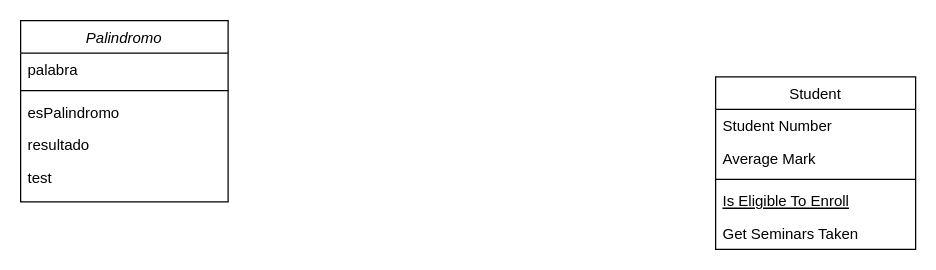
Alfonso18Feb/Classes-POO.Ind1 keeps this draw.io diagram as Palindromo.drawio. Above is the earlier version. Source tidied: cells renumbered, new cells numbered last; positions are measured from the earlier drawing's top-left corner, leaving out a move shared by most shapes. Both pictures are drawn from the tidied source at 125%, with x=0, y=0 at pixel (20, 20).
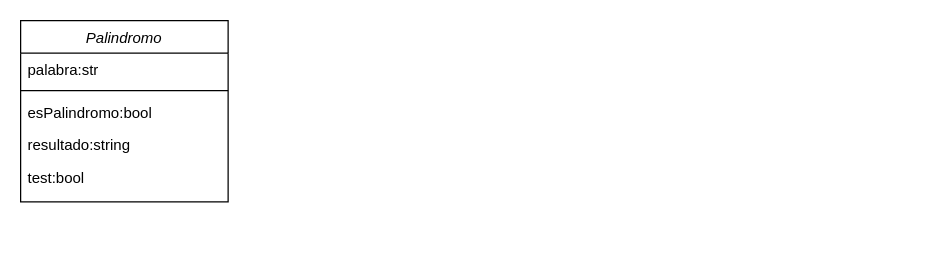
Above is the later version.

Change to the diagram source:
```diff
@@
 <mxGraphModel>
   <root>
     <mxCell id="0" />
     <mxCell id="1" parent="0" />
     <mxCell id="2" value="Palindromo" style="swimlane;fontStyle=2;align=center;verticalAlign=top;horizontal=1;startSize=26;rounded=0;shadow=0;strokeWidth=1;" parent="1" vertex="1">
       <mxGeometry width="166" height="145" as="geometry" />
     </mxCell>
-    <mxCell id="3" value="palabra" style="text;align=left;verticalAlign=top;spacingLeft=4;spacingRight=4;overflow=hidden;" parent="2" vertex="1">
+    <mxCell id="3" value="palabra:str" style="text;align=left;verticalAlign=top;spacingLeft=4;spacingRight=4;overflow=hidden;" parent="2" vertex="1">
       <mxGeometry y="26" width="166" height="26" as="geometry" />
     </mxCell>
     <mxCell id="4" style="line;html=1;strokeWidth=1;align=left;verticalAlign=middle;spacingTop=-1;spacingLeft=3;spacingRight=3;labelPosition=right;" parent="2" vertex="1">
       <mxGeometry y="52" width="166" height="8" as="geometry" />
     </mxCell>
-    <mxCell id="5" value="esPalindromo" style="text;align=left;verticalAlign=top;spacingLeft=4;spacingRight=4;overflow=hidden;" parent="2" vertex="1">
+    <mxCell id="5" value="esPalindromo:bool" style="text;align=left;verticalAlign=top;spacingLeft=4;spacingRight=4;overflow=hidden;" parent="2" vertex="1">
       <mxGeometry y="60" width="166" height="26" as="geometry" />
     </mxCell>
-    <mxCell id="6" value="resultado" style="text;align=left;verticalAlign=top;spacingLeft=4;spacingRight=4;overflow=hidden;" parent="2" vertex="1">
+    <mxCell id="6" value="resultado:string" style="text;align=left;verticalAlign=top;spacingLeft=4;spacingRight=4;overflow=hidden;" parent="2" vertex="1">
       <mxGeometry y="86" width="166" height="26" as="geometry" />
     </mxCell>
-    <mxCell id="7" value="test" style="text;align=left;verticalAlign=top;spacingLeft=4;spacingRight=4;overflow=hidden;" parent="2" vertex="1">
+    <mxCell id="7" value="test:bool" style="text;align=left;verticalAlign=top;spacingLeft=4;spacingRight=4;overflow=hidden;" parent="2" vertex="1">
       <mxGeometry y="112" width="166" height="26" as="geometry" />
     </mxCell>
-    <mxCell id="8" value="Student" style="swimlane;fontStyle=0;align=center;verticalAlign=top;horizontal=1;startSize=26;rounded=0;shadow=0;strokeWidth=1;" parent="1" vertex="1">
-      <mxGeometry x="556" y="45" width="160" height="138" as="geometry" />
-    </mxCell>
-    <mxCell id="9" value="Student Number" style="text;align=left;verticalAlign=top;spacingLeft=4;spacingRight=4;overflow=hidden;" parent="8" vertex="1">
-      <mxGeometry y="26" width="160" height="26" as="geometry" />
-    </mxCell>
-    <mxCell id="10" value="Average Mark" style="text;align=left;verticalAlign=top;spacingLeft=4;spacingRight=4;overflow=hidden;rounded=0;shadow=0;html=0;" parent="8" vertex="1">
-      <mxGeometry y="52" width="160" height="26" as="geometry" />
-    </mxCell>
-    <mxCell id="11" style="line;html=1;strokeWidth=1;align=left;verticalAlign=middle;spacingTop=-1;spacingLeft=3;spacingRight=3;labelPosition=right;" parent="8" vertex="1">
-      <mxGeometry y="78" width="160" height="8" as="geometry" />
-    </mxCell>
-    <mxCell id="12" value="Is Eligible To Enroll" style="text;align=left;verticalAlign=top;spacingLeft=4;spacingRight=4;overflow=hidden;fontStyle=4;" parent="8" vertex="1">
-      <mxGeometry y="86" width="160" height="26" as="geometry" />
-    </mxCell>
-    <mxCell id="13" value="Get Seminars Taken" style="text;align=left;verticalAlign=top;spacingLeft=4;spacingRight=4;overflow=hidden;" parent="8" vertex="1">
-      <mxGeometry y="112" width="160" height="26" as="geometry" />
-    </mxCell>
   </root>
 </mxGraphModel>
```
